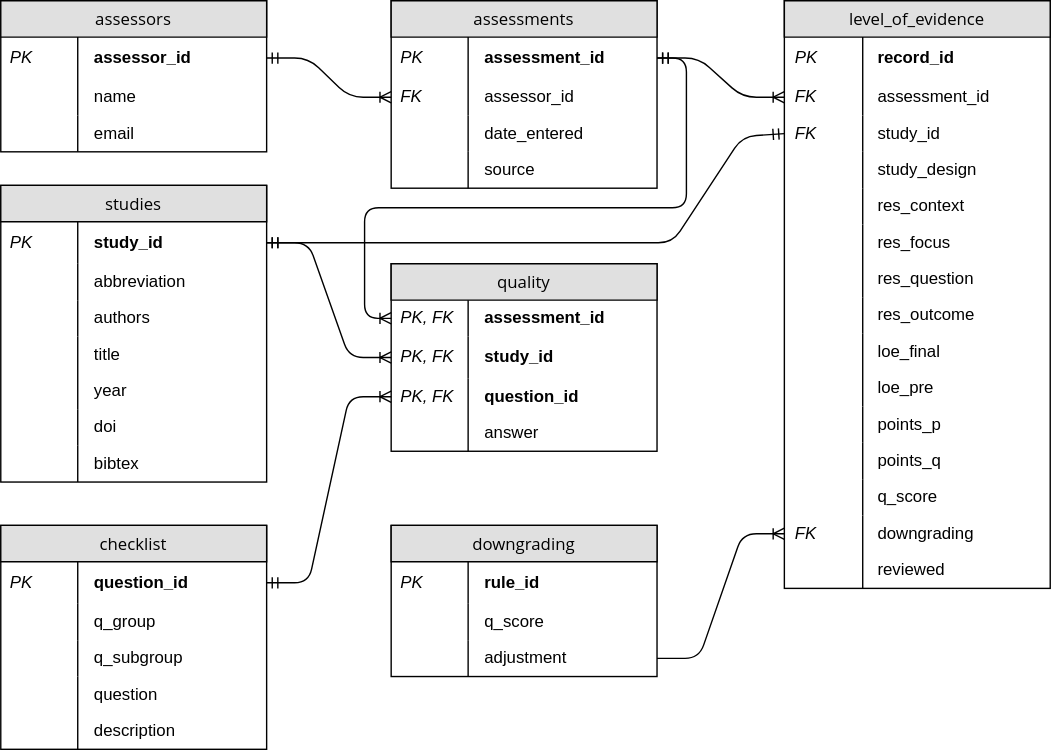
Before: fig/eat_db.svg, a diagram exported from draw.io (dschoenig/eat). Source tidied: cells renumbered, new cells last; positions are measured from the earlier drawing's top-left corner, leaving out a move shared by most shapes.
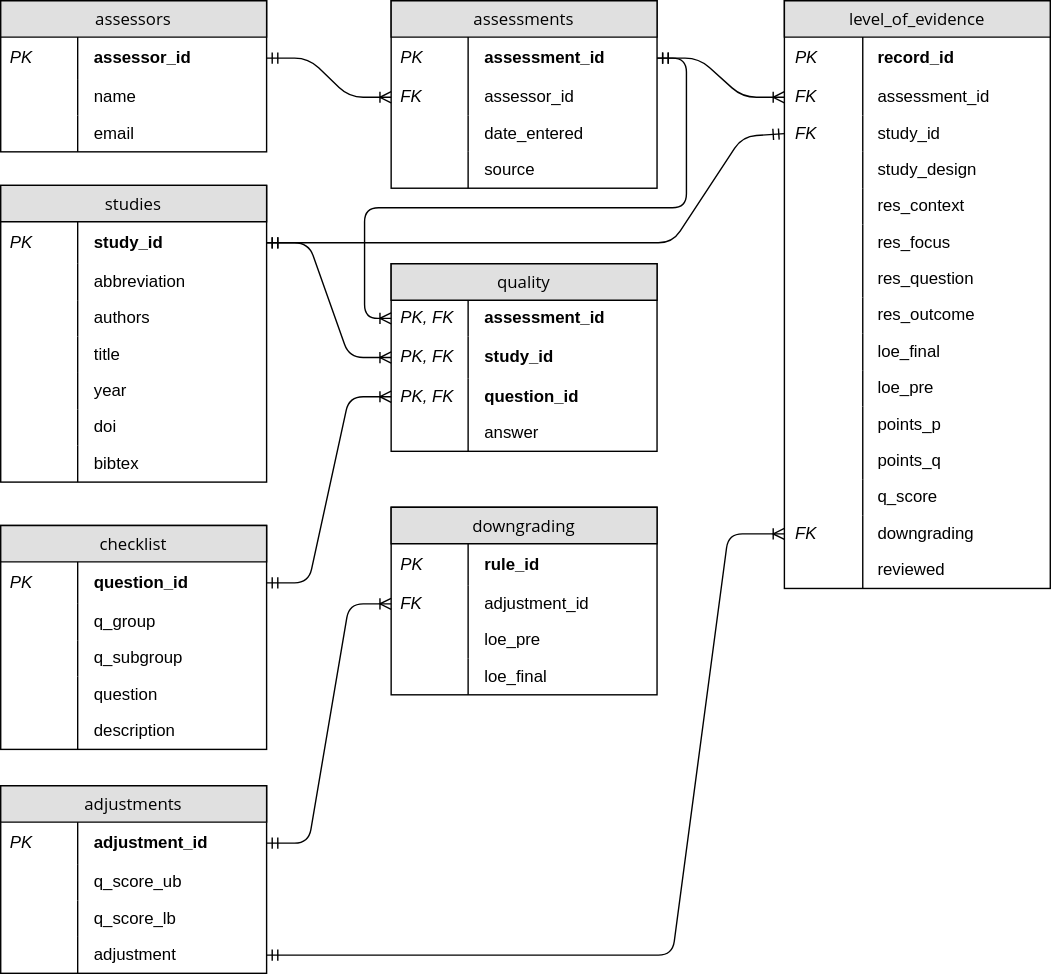
After the commit.

Commit message:
updated ERD of database

What changed in the source:
```diff
@@ -194,23 +194,29 @@
     <mxCell id="65" style="shape=partialRectangle;top=0;left=0;bottom=0;fillColor=none;align=left;verticalAlign=middle;spacingLeft=4;spacingRight=4;overflow=hidden;" parent="64" vertex="1">
       <mxGeometry width="55" height="26" as="geometry" />
     </mxCell>
-    <mxCell id="66" value="downgrading" style="swimlane;fontStyle=0;horizontal=1;startSize=26;fillColor=#e0e0e0;swimlaneFillColor=#ffffff;align=center;rounded=0;shadow=0;glass=0;comic=0;strokeColor=#000000;fontFamily=Open Sans;" parent="1" vertex="1">
-      <mxGeometry x="279" y="375" width="190" height="108" as="geometry" />
+    <mxCell id="66" value="adjustments" style="swimlane;fontStyle=0;horizontal=1;startSize=26;fillColor=#e0e0e0;swimlaneFillColor=#ffffff;align=center;rounded=0;shadow=0;glass=0;comic=0;strokeColor=#000000;fontFamily=Open Sans;" parent="1" vertex="1">
+      <mxGeometry y="561" width="190" height="134" as="geometry" />
     </mxCell>
-    <mxCell id="67" value="rule_id" style="shape=partialRectangle;top=0;left=0;right=0;bottom=0;align=left;verticalAlign=middle;fillColor=none;spacingLeft=64;spacingRight=4;overflow=hidden;points=[[0,0.5],[1,0.5]];portConstraint=eastwest;fontStyle=1;" parent="66" vertex="1">
+    <mxCell id="67" value="adjustment_id" style="shape=partialRectangle;top=0;left=0;right=0;bottom=0;align=left;verticalAlign=middle;fillColor=none;spacingLeft=64;spacingRight=4;overflow=hidden;points=[[0,0.5],[1,0.5]];portConstraint=eastwest;fontStyle=1;" parent="66" vertex="1">
       <mxGeometry y="26" width="190" height="30" as="geometry" />
     </mxCell>
     <mxCell id="68" value="PK" style="shape=partialRectangle;top=0;left=0;bottom=0;fillColor=none;align=left;verticalAlign=middle;spacingLeft=4;spacingRight=4;overflow=hidden;fontStyle=2;" parent="67" vertex="1">
       <mxGeometry width="55" height="30" as="geometry" />
     </mxCell>
+    <mxCell id="98" value="q_score_ub" style="shape=partialRectangle;top=0;left=0;right=0;bottom=0;align=left;verticalAlign=middle;fillColor=none;spacingLeft=64;spacingRight=4;overflow=hidden;fontStyle=0;" parent="66" vertex="1">
+      <mxGeometry y="56" width="190" height="26" as="geometry" />
+    </mxCell>
+    <mxCell id="99" style="shape=partialRectangle;top=0;left=0;bottom=0;fillColor=none;align=left;verticalAlign=middle;spacingLeft=4;spacingRight=4;overflow=hidden;fontStyle=2;" parent="98" vertex="1">
+      <mxGeometry width="55" height="26" as="geometry" />
+    </mxCell>
-    <mxCell id="69" value="q_score" style="shape=partialRectangle;top=0;left=0;right=0;bottom=0;align=left;verticalAlign=middle;fillColor=none;spacingLeft=64;spacingRight=4;overflow=hidden;fontStyle=0;" parent="66" vertex="1">
-      <mxGeometry y="56" width="190" height="26" as="geometry" />
+    <mxCell id="69" value="q_score_lb" style="shape=partialRectangle;top=0;left=0;right=0;bottom=0;align=left;verticalAlign=middle;fillColor=none;spacingLeft=64;spacingRight=4;overflow=hidden;fontStyle=0;" parent="66" vertex="1">
+      <mxGeometry y="82" width="190" height="26" as="geometry" />
     </mxCell>
     <mxCell id="70" style="shape=partialRectangle;top=0;left=0;bottom=0;fillColor=none;align=left;verticalAlign=middle;spacingLeft=4;spacingRight=4;overflow=hidden;fontStyle=2;" parent="69" vertex="1">
       <mxGeometry width="55" height="26" as="geometry" />
     </mxCell>
     <mxCell id="71" value="adjustment" style="shape=partialRectangle;top=0;left=0;right=0;bottom=0;align=left;verticalAlign=middle;fillColor=none;spacingLeft=64;spacingRight=4;overflow=hidden;points=[[0,0.5],[1,0.5]];portConstraint=eastwest;" parent="66" vertex="1">
-      <mxGeometry y="82" width="190" height="26" as="geometry" />
+      <mxGeometry y="108" width="190" height="26" as="geometry" />
     </mxCell>
     <mxCell id="72" style="shape=partialRectangle;top=0;left=0;bottom=0;fillColor=none;align=left;verticalAlign=middle;spacingLeft=64;spacingRight=4;overflow=hidden;" parent="71" vertex="1">
       <mxGeometry width="55" height="26" as="geometry" />
@@ -223,9 +229,6 @@
         </Array>
       </mxGeometry>
     </mxCell>
-    <mxCell id="74" style="edgeStyle=entityRelationEdgeStyle;html=1;endArrow=ERoneToMany;entryX=0;entryY=0.5;exitX=1;exitY=0.5;" parent="1" edge="1" source="71" target="29">
-      <mxGeometry relative="1" as="geometry" />
-    </mxCell>
     <mxCell id="75" value="quality" style="swimlane;fontStyle=0;horizontal=1;startSize=26;fillColor=#e0e0e0;swimlaneFillColor=#ffffff;align=center;rounded=0;shadow=0;glass=0;comic=0;strokeColor=#000000;fontFamily=Open Sans;" parent="1" vertex="1">
       <mxGeometry x="279" y="188" width="190" height="134" as="geometry" />
     </mxCell>
@@ -302,5 +305,43 @@
         </Array>
       </mxGeometry>
     </mxCell>
+    <mxCell id="100" value="downgrading" style="swimlane;fontStyle=0;horizontal=1;startSize=26;fillColor=#e0e0e0;swimlaneFillColor=#ffffff;align=center;rounded=0;shadow=0;glass=0;comic=0;strokeColor=#000000;fontFamily=Open Sans;" parent="1" vertex="1">
+      <mxGeometry x="279" y="362" width="190" height="134" as="geometry" />
+    </mxCell>
+    <mxCell id="101" value="rule_id" style="shape=partialRectangle;top=0;left=0;right=0;bottom=0;align=left;verticalAlign=middle;fillColor=none;spacingLeft=64;spacingRight=4;overflow=hidden;fontStyle=1;" parent="100" vertex="1">
+      <mxGeometry y="26" width="190" height="30" as="geometry" />
+    </mxCell>
+    <mxCell id="102" value="PK" style="shape=partialRectangle;top=0;left=0;bottom=0;fillColor=none;align=left;verticalAlign=middle;spacingLeft=4;spacingRight=4;overflow=hidden;fontStyle=2;" parent="101" vertex="1">
+      <mxGeometry width="55" height="30" as="geometry" />
+    </mxCell>
+    <mxCell id="103" value="adjustment_id" style="shape=partialRectangle;top=0;left=0;right=0;bottom=0;align=left;verticalAlign=middle;fillColor=none;spacingLeft=64;spacingRight=4;overflow=hidden;points=[[0,0.5],[1,0.5]];portConstraint=eastwest;fontStyle=0;" parent="100" vertex="1">
+      <mxGeometry y="56" width="190" height="26" as="geometry" />
+    </mxCell>
+    <mxCell id="104" value="FK" style="shape=partialRectangle;top=0;left=0;bottom=0;fillColor=none;align=left;verticalAlign=middle;spacingLeft=4;spacingRight=4;overflow=hidden;fontStyle=2;" parent="103" vertex="1">
+      <mxGeometry width="55" height="26" as="geometry" />
+    </mxCell>
+    <mxCell id="105" value="loe_pre" style="shape=partialRectangle;top=0;left=0;right=0;bottom=0;align=left;verticalAlign=middle;fillColor=none;spacingLeft=64;spacingRight=4;overflow=hidden;fontStyle=0;" parent="100" vertex="1">
+      <mxGeometry y="82" width="190" height="26" as="geometry" />
+    </mxCell>
+    <mxCell id="106" style="shape=partialRectangle;top=0;left=0;bottom=0;fillColor=none;align=left;verticalAlign=middle;spacingLeft=4;spacingRight=4;overflow=hidden;fontStyle=2;" parent="105" vertex="1">
+      <mxGeometry width="55" height="26" as="geometry" />
+    </mxCell>
+    <mxCell id="107" value="loe_final" style="shape=partialRectangle;top=0;left=0;right=0;bottom=0;align=left;verticalAlign=middle;fillColor=none;spacingLeft=64;spacingRight=4;overflow=hidden;" parent="100" vertex="1">
+      <mxGeometry y="108" width="190" height="26" as="geometry" />
+    </mxCell>
+    <mxCell id="108" style="shape=partialRectangle;top=0;left=0;bottom=0;fillColor=none;align=left;verticalAlign=middle;spacingLeft=64;spacingRight=4;overflow=hidden;" parent="107" vertex="1">
+      <mxGeometry width="55" height="26" as="geometry" />
+    </mxCell>
+    <mxCell id="74" style="html=1;endArrow=ERoneToMany;startArrow=ERmandOne;exitX=1;exitY=0.5;entryX=0;entryY=0.5;" parent="1" edge="1" source="71" target="29">
+      <mxGeometry relative="1" as="geometry">
+        <Array as="points">
+          <mxPoint x="480" y="682" />
+          <mxPoint x="520" y="381" />
+        </Array>
+      </mxGeometry>
+    </mxCell>
+    <mxCell id="109" style="edgeStyle=entityRelationEdgeStyle;html=1;endArrow=ERoneToMany;startArrow=ERmandOne;exitX=1;exitY=0.5;entryX=0;entryY=0.5;" parent="1" edge="1" source="67" target="103">
+      <mxGeometry relative="1" as="geometry" />
+    </mxCell>
   </root>
 </mxGraphModel>
```
